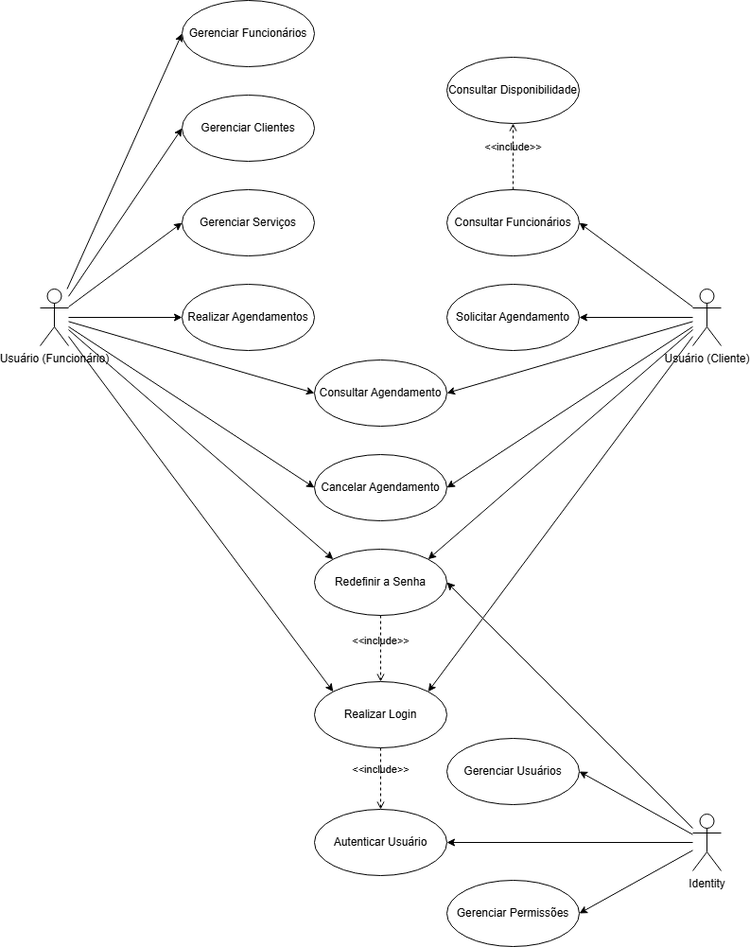
Earlier version of the draw.io export docs/digs/UmlCasosDeUso.drawio.png (henriquevenancio99/ifsc-projeto-integrador). Source tidied: cells renumbered, new cells last; positions are measured from the earlier drawing's top-left corner, leaving out a move shared by most shapes.
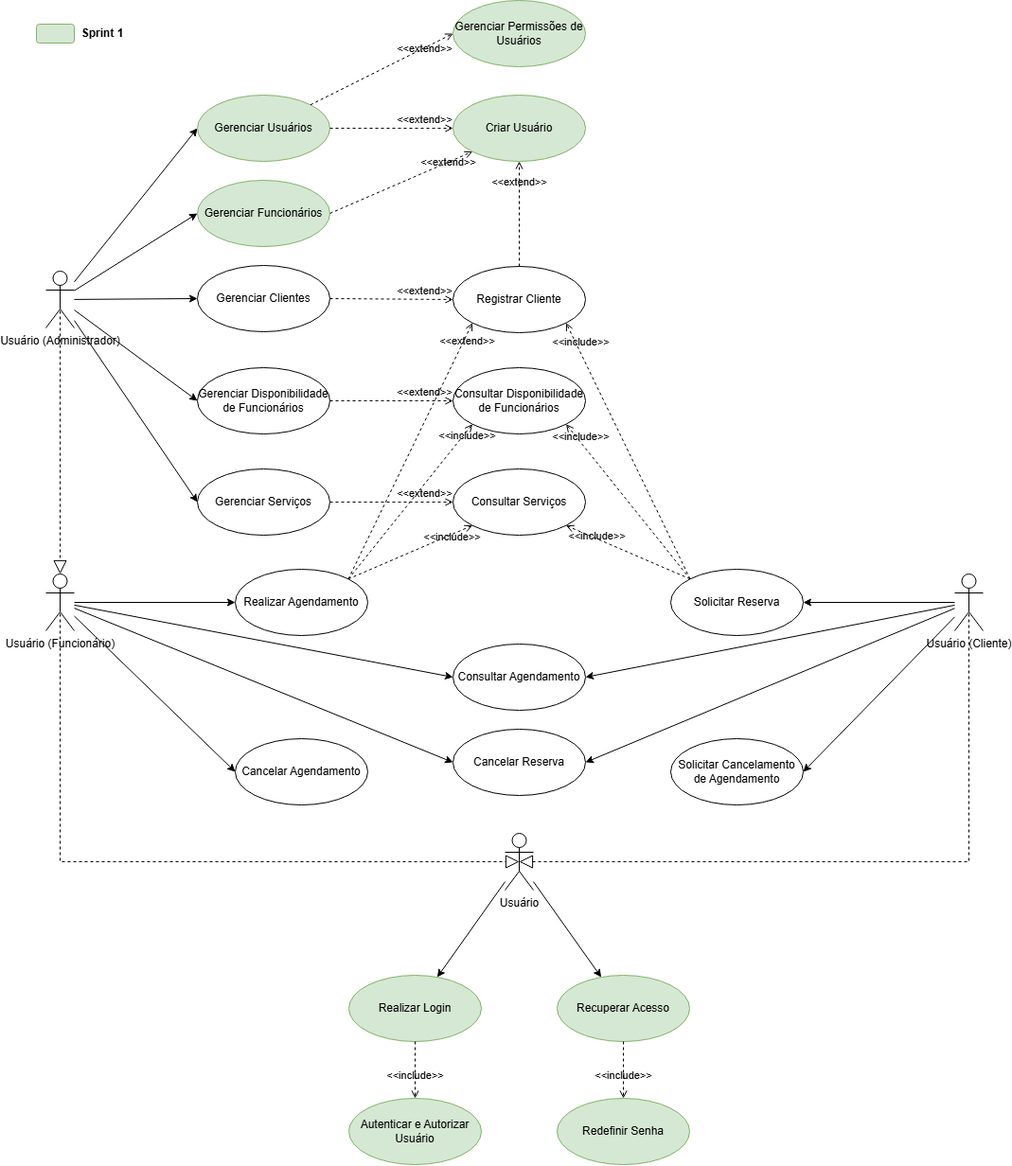
Later version of the same file.

Commit message:
docs: update use cases and requirements

Diff of the diagram source:
```diff
@@ -4,8 +4,2 @@
     <mxCell id="1" parent="0" />
-    <mxCell id="2" style="rounded=0;jettySize=auto;html=1;entryX=0;entryY=0.5;entryDx=0;entryDy=0;" parent="1" edge="1" source="10" target="11">
-      <mxGeometry relative="1" as="geometry" />
-    </mxCell>
-    <mxCell id="3" style="rounded=0;jettySize=auto;html=1;entryX=0;entryY=0.5;entryDx=0;entryDy=0;" parent="1" edge="1" source="10" target="15">
-      <mxGeometry relative="1" as="geometry" />
-    </mxCell>
     <mxCell id="4" style="rounded=0;jettySize=auto;html=1;entryX=0;entryY=0.5;entryDx=0;entryDy=0;" parent="1" edge="1" source="10" target="14">
@@ -13,5 +7,2 @@
     </mxCell>
-    <mxCell id="5" style="rounded=0;jettySize=auto;html=1;entryX=0;entryY=0.5;entryDx=0;entryDy=0;" parent="1" edge="1" source="10" target="35">
-      <mxGeometry relative="1" as="geometry" />
-    </mxCell>
     <mxCell id="6" style="rounded=0;jettySize=auto;html=1;entryX=0;entryY=0.5;entryDx=0;entryDy=0;" parent="1" edge="1" source="10" target="34">
@@ -22,41 +13,20 @@
     </mxCell>
-    <mxCell id="8" style="rounded=0;jettySize=auto;html=1;entryX=0;entryY=0;entryDx=0;entryDy=0;" parent="1" edge="1" source="10" target="36">
-      <mxGeometry relative="1" as="geometry" />
-    </mxCell>
-    <mxCell id="9" style="rounded=0;jettySize=auto;html=1;entryX=0;entryY=0;entryDx=0;entryDy=0;" parent="1" edge="1" source="10" target="32">
-      <mxGeometry relative="1" as="geometry" />
-    </mxCell>
+    <mxCell id="40" style="rounded=0;jettySize=auto;html=1;entryX=0;entryY=0.5;entryDx=0;entryDy=0;" parent="1" edge="1" source="10" target="59">
+      <mxGeometry relative="1" as="geometry" />
+    </mxCell>
     <mxCell id="10" value="Usuário (Funcionário)" style="shape=umlActor;verticalLabelPosition=bottom;verticalAlign=top;html=1;" parent="1" vertex="1">
-      <mxGeometry y="305" width="30" height="60" as="geometry" />
+      <mxGeometry x="-5" y="586" width="30" height="60" as="geometry" />
     </mxCell>
-    <mxCell id="11" value="Gerenciar Funcionários" style="ellipse;whiteSpace=wrap;html=1;" parent="1" vertex="1">
-      <mxGeometry x="150" width="140" height="70" as="geometry" />
+    <mxCell id="11" value="Gerenciar Funcionários" style="ellipse;whiteSpace=wrap;html=1;fillColor=#d5e8d4;strokeColor=#82b366;" parent="1" vertex="1">
+      <mxGeometry x="155" y="170" width="140" height="70" as="geometry" />
     </mxCell>
-    <mxCell id="12" value="Gerenciar Usuários" style="ellipse;whiteSpace=wrap;html=1;" parent="1" vertex="1">
-      <mxGeometry x="430" y="780" width="140" height="70" as="geometry" />
+    <mxCell id="12" value="Redefinir Senha" style="ellipse;whiteSpace=wrap;html=1;fillColor=#d5e8d4;strokeColor=#82b366;" parent="1" vertex="1">
+      <mxGeometry x="535" y="1140" width="140" height="70" as="geometry" />
     </mxCell>
-    <mxCell id="13" value="Gerenciar Permissões" style="ellipse;whiteSpace=wrap;html=1;" parent="1" vertex="1">
-      <mxGeometry x="430" y="930" width="140" height="70" as="geometry" />
-    </mxCell>
-    <mxCell id="14" value="Realizar Agendamentos" style="ellipse;whiteSpace=wrap;html=1;" parent="1" vertex="1">
-      <mxGeometry x="150" y="300" width="140" height="70" as="geometry" />
+    <mxCell id="14" value="Realizar Agendamento" style="ellipse;whiteSpace=wrap;html=1;" parent="1" vertex="1">
+      <mxGeometry x="195" y="581" width="140" height="70" as="geometry" />
     </mxCell>
     <mxCell id="15" value="Gerenciar Clientes" style="ellipse;whiteSpace=wrap;html=1;" parent="1" vertex="1">
-      <mxGeometry x="150" y="100" width="140" height="70" as="geometry" />
+      <mxGeometry x="155" y="260" width="140" height="70" as="geometry" />
     </mxCell>
-    <mxCell id="16" style="rounded=0;jettySize=auto;html=1;strokeColor=default;entryX=1;entryY=0.5;entryDx=0;entryDy=0;" parent="1" edge="1" source="20" target="12">
-      <mxGeometry relative="1" as="geometry" />
-    </mxCell>
-    <mxCell id="17" style="rounded=0;jettySize=auto;html=1;entryX=1;entryY=0.5;entryDx=0;entryDy=0;strokeColor=default;" parent="1" edge="1" source="20" target="13">
-      <mxGeometry relative="1" as="geometry" />
-    </mxCell>
-    <mxCell id="18" style="rounded=0;jettySize=auto;html=1;entryX=1;entryY=0.5;entryDx=0;entryDy=0;" parent="1" edge="1" source="20" target="37">
-      <mxGeometry relative="1" as="geometry" />
-    </mxCell>
-    <mxCell id="19" style="rounded=0;jettySize=auto;html=1;entryX=1;entryY=0.5;entryDx=0;entryDy=0;" parent="1" edge="1" source="20" target="36">
-      <mxGeometry relative="1" as="geometry" />
-    </mxCell>
-    <mxCell id="20" value="Identity" style="shape=umlActor;verticalLabelPosition=bottom;verticalAlign=top;html=1;" parent="1" vertex="1">
-      <mxGeometry x="690" y="860" width="30" height="60" as="geometry" />
-    </mxCell>
     <mxCell id="21" style="rounded=0;jettySize=auto;html=1;entryX=1;entryY=0.5;entryDx=0;entryDy=0;" parent="1" edge="1" source="27" target="28">
@@ -64,5 +34,2 @@
     </mxCell>
-    <mxCell id="22" style="rounded=0;jettySize=auto;html=1;entryX=1;entryY=0.5;entryDx=0;entryDy=0;" parent="1" edge="1" source="27" target="29">
-      <mxGeometry relative="1" as="geometry" />
-    </mxCell>
     <mxCell id="23" style="rounded=0;jettySize=auto;html=1;entryX=1;entryY=0.5;entryDx=0;entryDy=0;" parent="1" edge="1" source="27" target="34">
@@ -70,50 +37,156 @@
     </mxCell>
-    <mxCell id="24" style="rounded=0;jettySize=auto;html=1;entryX=1;entryY=0.5;entryDx=0;entryDy=0;" parent="1" edge="1" source="27" target="33">
-      <mxGeometry relative="1" as="geometry" />
-    </mxCell>
-    <mxCell id="25" style="rounded=0;jettySize=auto;html=1;entryX=1;entryY=0;entryDx=0;entryDy=0;" parent="1" edge="1" source="27" target="36">
-      <mxGeometry relative="1" as="geometry" />
-    </mxCell>
-    <mxCell id="26" style="rounded=0;jettySize=auto;html=1;entryX=1;entryY=0;entryDx=0;entryDy=0;" parent="1" edge="1" source="27" target="32">
-      <mxGeometry relative="1" as="geometry" />
-    </mxCell>
+    <mxCell id="41" style="rounded=0;jettySize=auto;html=1;entryX=1;entryY=0.5;entryDx=0;entryDy=0;" parent="1" edge="1" source="27" target="59">
+      <mxGeometry relative="1" as="geometry" />
+    </mxCell>
+    <mxCell id="42" style="rounded=0;jettySize=auto;html=1;entryX=1;entryY=0.5;entryDx=0;entryDy=0;" parent="1" edge="1" source="27" target="70">
+      <mxGeometry relative="1" as="geometry" />
+    </mxCell>
     <mxCell id="27" value="Usuário (Cliente)" style="shape=umlActor;verticalLabelPosition=bottom;verticalAlign=top;html=1;" parent="1" vertex="1">
-      <mxGeometry x="690" y="305" width="30" height="60" as="geometry" />
+      <mxGeometry x="955" y="586" width="30" height="60" as="geometry" />
     </mxCell>
-    <mxCell id="28" value="Solicitar Agendamento" style="ellipse;whiteSpace=wrap;html=1;" parent="1" vertex="1">
-      <mxGeometry x="430" y="300" width="140" height="70" as="geometry" />
+    <mxCell id="28" value="Solicitar Reserva" style="ellipse;whiteSpace=wrap;html=1;" parent="1" vertex="1">
+      <mxGeometry x="655" y="581" width="140" height="70" as="geometry" />
     </mxCell>
-    <mxCell id="29" value="Consultar Funcionários" style="ellipse;whiteSpace=wrap;html=1;" parent="1" vertex="1">
-      <mxGeometry x="430" y="200" width="140" height="70" as="geometry" />
+    <mxCell id="29" value="Consultar Serviços" style="ellipse;whiteSpace=wrap;html=1;" parent="1" vertex="1">
+      <mxGeometry x="425" y="475" width="140" height="70" as="geometry" />
     </mxCell>
-    <mxCell id="30" value="Consultar Disponibilidade" style="ellipse;whiteSpace=wrap;html=1;" parent="1" vertex="1">
-      <mxGeometry x="430" y="60" width="140" height="70" as="geometry" />
+    <mxCell id="30" value="Consultar Disponibilidade de Funcionários" style="ellipse;whiteSpace=wrap;html=1;" parent="1" vertex="1">
+      <mxGeometry x="425" y="368" width="140" height="70" as="geometry" />
     </mxCell>
-    <mxCell id="31" value="&amp;lt;&amp;lt;include&amp;gt;&amp;gt;" style="html=1;verticalAlign=bottom;labelBackgroundColor=none;endArrow=open;endFill=0;dashed=1;rounded=0;entryX=0.5;entryY=1;entryDx=0;entryDy=0;" parent="1" edge="1" source="29" target="30">
-      <mxGeometry relative="1" as="geometry" />
-    </mxCell>
-    <mxCell id="32" value="Realizar Login" style="ellipse;whiteSpace=wrap;html=1;" parent="1" vertex="1">
-      <mxGeometry x="290" y="720" width="140" height="70" as="geometry" />
+    <mxCell id="32" value="Realizar Login" style="ellipse;whiteSpace=wrap;html=1;fillColor=#d5e8d4;strokeColor=#82b366;" parent="1" vertex="1">
+      <mxGeometry x="315" y="1010" width="140" height="70" as="geometry" />
     </mxCell>
     <mxCell id="33" value="Cancelar Agendamento" style="ellipse;whiteSpace=wrap;html=1;" parent="1" vertex="1">
-      <mxGeometry x="290" y="480" width="140" height="70" as="geometry" />
+      <mxGeometry x="195" y="760" width="140" height="70" as="geometry" />
     </mxCell>
     <mxCell id="34" value="Consultar Agendamento" style="ellipse;whiteSpace=wrap;html=1;" parent="1" vertex="1">
-      <mxGeometry x="290" y="380" width="140" height="70" as="geometry" />
+      <mxGeometry x="425" y="660" width="140" height="70" as="geometry" />
     </mxCell>
     <mxCell id="35" value="Gerenciar Serviços" style="ellipse;whiteSpace=wrap;html=1;" parent="1" vertex="1">
-      <mxGeometry x="150" y="200" width="140" height="70" as="geometry" />
+      <mxGeometry x="155" y="475" width="140" height="70" as="geometry" />
     </mxCell>
-    <mxCell id="36" value="Redefinir a Senha" style="ellipse;whiteSpace=wrap;html=1;" parent="1" vertex="1">
-      <mxGeometry x="290" y="580" width="140" height="70" as="geometry" />
+    <mxCell id="36" value="Recuperar Acesso" style="ellipse;whiteSpace=wrap;html=1;fillColor=#d5e8d4;strokeColor=#82b366;" parent="1" vertex="1">
+      <mxGeometry x="535" y="1010" width="140" height="70" as="geometry" />
     </mxCell>
-    <mxCell id="37" value="Autenticar Usuário" style="ellipse;whiteSpace=wrap;html=1;" parent="1" vertex="1">
-      <mxGeometry x="290" y="855" width="140" height="70" as="geometry" />
+    <mxCell id="37" value="Autenticar e Autorizar Usuário" style="ellipse;whiteSpace=wrap;html=1;fillColor=#d5e8d4;strokeColor=#82b366;" parent="1" vertex="1">
+      <mxGeometry x="315" y="1140" width="140" height="70" as="geometry" />
     </mxCell>
-    <mxCell id="38" value="&amp;lt;&amp;lt;include&amp;gt;&amp;gt;" style="html=1;verticalAlign=bottom;labelBackgroundColor=none;endArrow=open;endFill=0;dashed=1;rounded=0;exitX=0.5;exitY=1;exitDx=0;exitDy=0;entryX=0.5;entryY=0;entryDx=0;entryDy=0;" parent="1" edge="1" source="32" target="37">
-      <mxGeometry relative="1" as="geometry" />
-    </mxCell>
-    <mxCell id="39" value="&amp;lt;&amp;lt;include&amp;gt;&amp;gt;" style="html=1;verticalAlign=bottom;labelBackgroundColor=none;endArrow=open;endFill=0;dashed=1;rounded=0;exitX=0.5;exitY=1;exitDx=0;exitDy=0;entryX=0.5;entryY=0;entryDx=0;entryDy=0;" parent="1" edge="1" source="36" target="32">
-      <mxGeometry relative="1" as="geometry" />
+    <mxCell id="39" value="&amp;lt;&amp;lt;include&amp;gt;&amp;gt;" style="html=1;verticalAlign=bottom;labelBackgroundColor=none;endArrow=open;endFill=0;dashed=1;rounded=0;entryX=0.5;entryY=0;entryDx=0;entryDy=0;exitX=0.5;exitY=1;exitDx=0;exitDy=0;" parent="1" edge="1" source="32" target="37">
+      <mxGeometry x="0.48" relative="1" as="geometry" />
     </mxCell>
+    <mxCell id="43" style="rounded=0;jettySize=auto;html=1;entryX=0;entryY=0.5;entryDx=0;entryDy=0;" parent="1" edge="1" source="48" target="35">
+      <mxGeometry relative="1" as="geometry" />
+    </mxCell>
+    <mxCell id="44" style="rounded=0;jettySize=auto;html=1;entryX=0;entryY=0.5;entryDx=0;entryDy=0;" parent="1" edge="1" source="48" target="11">
+      <mxGeometry relative="1" as="geometry" />
+    </mxCell>
+    <mxCell id="45" style="rounded=0;jettySize=auto;html=1;entryX=0;entryY=0.5;entryDx=0;entryDy=0;" parent="1" edge="1" source="48" target="15">
+      <mxGeometry relative="1" as="geometry" />
+    </mxCell>
+    <mxCell id="46" style="rounded=0;jettySize=auto;html=1;entryX=0;entryY=0.5;entryDx=0;entryDy=0;" parent="1" edge="1" source="48" target="51">
+      <mxGeometry relative="1" as="geometry" />
+    </mxCell>
+    <mxCell id="47" style="rounded=0;jettySize=auto;html=1;entryX=0;entryY=0.5;entryDx=0;entryDy=0;" parent="1" edge="1" source="48" target="67">
+      <mxGeometry relative="1" as="geometry" />
+    </mxCell>
+    <mxCell id="48" value="Usuário (Administrador)" style="shape=umlActor;verticalLabelPosition=bottom;verticalAlign=top;html=1;" parent="1" vertex="1">
+      <mxGeometry x="-5" y="266" width="30" height="60" as="geometry" />
+    </mxCell>
+    <mxCell id="49" value="Registrar Cliente" style="ellipse;whiteSpace=wrap;html=1;" parent="1" vertex="1">
+      <mxGeometry x="425" y="261" width="140" height="70" as="geometry" />
+    </mxCell>
+    <mxCell id="50" value="Gerenciar Permissões de Usuários" style="ellipse;whiteSpace=wrap;html=1;fillColor=#d5e8d4;strokeColor=#82b366;" parent="1" vertex="1">
+      <mxGeometry x="425" y="-20" width="140" height="70" as="geometry" />
+    </mxCell>
+    <mxCell id="51" value="Gerenciar Usuários" style="ellipse;whiteSpace=wrap;html=1;fillColor=#d5e8d4;strokeColor=#82b366;" parent="1" vertex="1">
+      <mxGeometry x="155" y="80" width="140" height="70" as="geometry" />
+    </mxCell>
+    <mxCell id="52" style="endArrow=block;dashed=1;endFill=0;endSize=12;html=1;rounded=0;exitX=0.5;exitY=0.5;exitDx=0;exitDy=0;exitPerimeter=0;entryX=0.5;entryY=0;entryDx=0;entryDy=0;entryPerimeter=0;" parent="1" edge="1" source="48" target="10">
+      <mxGeometry relative="1" as="geometry" />
+    </mxCell>
+    <mxCell id="53" value="&amp;lt;&amp;lt;extend&amp;gt;&amp;gt;" style="html=1;verticalAlign=bottom;labelBackgroundColor=none;endArrow=open;endFill=0;dashed=1;rounded=0;exitX=1;exitY=0.5;exitDx=0;exitDy=0;entryX=0;entryY=0.5;entryDx=0;entryDy=0;" parent="1" edge="1" source="15" target="49">
+      <mxGeometry x="0.56" relative="1" as="geometry" />
+    </mxCell>
+    <mxCell id="54" value="&amp;lt;&amp;lt;extend&amp;gt;&amp;gt;" style="html=1;verticalAlign=bottom;labelBackgroundColor=none;endArrow=open;endFill=0;dashed=1;rounded=0;exitX=1;exitY=0.5;exitDx=0;exitDy=0;entryX=0;entryY=0.5;entryDx=0;entryDy=0;" parent="1" edge="1" source="35" target="29">
+      <mxGeometry x="0.56" relative="1" as="geometry" />
+    </mxCell>
+    <mxCell id="55" value="&amp;lt;&amp;lt;extend&amp;gt;&amp;gt;" style="html=1;verticalAlign=bottom;labelBackgroundColor=none;endArrow=open;endFill=0;dashed=1;rounded=0;exitX=1;exitY=0;exitDx=0;exitDy=0;entryX=0;entryY=1;entryDx=0;entryDy=0;" parent="1" edge="1" source="14" target="49">
+      <mxGeometry x="0.82" y="-7" relative="1" as="geometry" />
+    </mxCell>
+    <mxCell id="56" value="&amp;lt;&amp;lt;include&amp;gt;&amp;gt;" style="html=1;verticalAlign=bottom;labelBackgroundColor=none;endArrow=open;endFill=0;dashed=1;rounded=0;exitX=1;exitY=0;exitDx=0;exitDy=0;entryX=0;entryY=1;entryDx=0;entryDy=0;" parent="1" edge="1" source="14" target="30">
+      <mxGeometry x="0.82" y="-9" relative="1" as="geometry" />
+    </mxCell>
+    <mxCell id="57" value="&amp;lt;&amp;lt;include&amp;gt;&amp;gt;" style="html=1;verticalAlign=bottom;labelBackgroundColor=none;endArrow=open;endFill=0;dashed=1;rounded=0;exitX=1;exitY=0;exitDx=0;exitDy=0;entryX=0;entryY=1;entryDx=0;entryDy=0;" parent="1" edge="1" source="14" target="29">
+      <mxGeometry x="0.62" y="-11" relative="1" as="geometry" />
+    </mxCell>
+    <mxCell id="58" value="&amp;lt;&amp;lt;include&amp;gt;&amp;gt;" style="html=1;verticalAlign=bottom;labelBackgroundColor=none;endArrow=open;endFill=0;dashed=1;rounded=0;entryX=0.5;entryY=0;entryDx=0;entryDy=0;exitX=0.5;exitY=1;exitDx=0;exitDy=0;" parent="1" edge="1" source="36" target="12">
+      <mxGeometry x="0.48" relative="1" as="geometry" />
+    </mxCell>
+    <mxCell id="59" value="Cancelar Reserva" style="ellipse;whiteSpace=wrap;html=1;" parent="1" vertex="1">
+      <mxGeometry x="425" y="750" width="140" height="70" as="geometry" />
+    </mxCell>
+    <mxCell id="60" value="&amp;lt;&amp;lt;include&amp;gt;&amp;gt;" style="html=1;verticalAlign=bottom;labelBackgroundColor=none;endArrow=open;endFill=0;dashed=1;rounded=0;exitX=0;exitY=0;exitDx=0;exitDy=0;entryX=1;entryY=1;entryDx=0;entryDy=0;" parent="1" edge="1" source="28" target="29">
+      <mxGeometry x="0.46" y="6" relative="1" as="geometry" />
+    </mxCell>
+    <mxCell id="61" value="&amp;lt;&amp;lt;include&amp;gt;&amp;gt;" style="html=1;verticalAlign=bottom;labelBackgroundColor=none;endArrow=open;endFill=0;dashed=1;rounded=0;entryX=1;entryY=1;entryDx=0;entryDy=0;exitX=0;exitY=0;exitDx=0;exitDy=0;" parent="1" edge="1" source="28" target="30">
+      <mxGeometry x="0.75" y="2" relative="1" as="geometry" />
+    </mxCell>
+    <mxCell id="62" value="&amp;lt;&amp;lt;include&amp;gt;&amp;gt;" style="html=1;verticalAlign=bottom;labelBackgroundColor=none;endArrow=open;endFill=0;dashed=1;rounded=0;exitX=0;exitY=0;exitDx=0;exitDy=0;entryX=1;entryY=1;entryDx=0;entryDy=0;" parent="1" edge="1" source="28" target="49">
+      <mxGeometry x="0.79" y="-1" relative="1" as="geometry" />
+    </mxCell>
+    <mxCell id="63" value="Criar Usuário" style="ellipse;whiteSpace=wrap;html=1;fillColor=#d5e8d4;strokeColor=#82b366;" parent="1" vertex="1">
+      <mxGeometry x="425" y="80" width="140" height="70" as="geometry" />
+    </mxCell>
+    <mxCell id="64" value="&amp;lt;&amp;lt;extend&amp;gt;&amp;gt;" style="html=1;verticalAlign=bottom;labelBackgroundColor=none;endArrow=open;endFill=0;dashed=1;rounded=0;exitX=1;exitY=0.5;exitDx=0;exitDy=0;entryX=0;entryY=0.5;entryDx=0;entryDy=0;" parent="1" edge="1" source="51" target="63">
+      <mxGeometry x="0.56" relative="1" as="geometry" />
+    </mxCell>
+    <mxCell id="65" value="&amp;lt;&amp;lt;extend&amp;gt;&amp;gt;" style="html=1;verticalAlign=bottom;labelBackgroundColor=none;endArrow=open;endFill=0;dashed=1;rounded=0;exitX=1;exitY=0.5;exitDx=0;exitDy=0;entryX=0;entryY=1;entryDx=0;entryDy=0;" parent="1" edge="1" source="11" target="63">
+      <mxGeometry x="0.61" y="-8" relative="1" as="geometry" />
+    </mxCell>
+    <mxCell id="66" value="&amp;lt;&amp;lt;extend&amp;gt;&amp;gt;" style="html=1;verticalAlign=bottom;labelBackgroundColor=none;endArrow=open;endFill=0;dashed=1;rounded=0;exitX=0.5;exitY=0;exitDx=0;exitDy=0;entryX=0.5;entryY=1;entryDx=0;entryDy=0;" parent="1" edge="1" source="49" target="63">
+      <mxGeometry x="0.46" relative="1" as="geometry" />
+    </mxCell>
+    <mxCell id="67" value="Gerenciar Disponibilidade de Funcionários" style="ellipse;whiteSpace=wrap;html=1;" parent="1" vertex="1">
+      <mxGeometry x="155" y="368" width="140" height="70" as="geometry" />
+    </mxCell>
+    <mxCell id="68" value="&amp;lt;&amp;lt;extend&amp;gt;&amp;gt;" style="html=1;verticalAlign=bottom;labelBackgroundColor=none;endArrow=open;endFill=0;dashed=1;rounded=0;exitX=1;exitY=0.5;exitDx=0;exitDy=0;entryX=0;entryY=0.5;entryDx=0;entryDy=0;" parent="1" edge="1" source="67" target="30">
+      <mxGeometry x="0.56" relative="1" as="geometry" />
+    </mxCell>
+    <mxCell id="69" value="&amp;lt;&amp;lt;extend&amp;gt;&amp;gt;" style="html=1;verticalAlign=bottom;labelBackgroundColor=none;endArrow=open;endFill=0;dashed=1;rounded=0;exitX=1;exitY=0;exitDx=0;exitDy=0;entryX=0;entryY=0.5;entryDx=0;entryDy=0;" parent="1" edge="1" source="51" target="50">
+      <mxGeometry x="0.55" y="-9" relative="1" as="geometry" />
+    </mxCell>
+    <mxCell id="70" value="Solicitar Cancelamento de Agendamento" style="ellipse;whiteSpace=wrap;html=1;" parent="1" vertex="1">
+      <mxGeometry x="655" y="760" width="140" height="70" as="geometry" />
+    </mxCell>
+    <mxCell id="71" style="rounded=0;jettySize=auto;html=1;" parent="1" edge="1" source="73" target="32">
+      <mxGeometry relative="1" as="geometry" />
+    </mxCell>
+    <mxCell id="72" style="rounded=0;jettySize=auto;html=1;" parent="1" edge="1" source="73" target="36">
+      <mxGeometry relative="1" as="geometry" />
+    </mxCell>
+    <mxCell id="73" value="Usuário" style="shape=umlActor;verticalLabelPosition=bottom;verticalAlign=top;html=1;" parent="1" vertex="1">
+      <mxGeometry x="480" y="860" width="30" height="60" as="geometry" />
+    </mxCell>
+    <mxCell id="74" style="endArrow=block;dashed=1;endFill=0;endSize=12;html=1;rounded=0;exitX=0.5;exitY=0.5;exitDx=0;exitDy=0;exitPerimeter=0;entryX=0.5;entryY=0.5;entryDx=0;entryDy=0;entryPerimeter=0;edgeStyle=orthogonalEdgeStyle;" parent="1" edge="1" source="10" target="73">
+      <mxGeometry relative="1" as="geometry">
+        <Array as="points">
+          <mxPoint x="10" y="890" />
+          <mxPoint x="495" y="890" />
+        </Array>
+      </mxGeometry>
+    </mxCell>
+    <mxCell id="75" style="endArrow=block;dashed=1;endFill=0;endSize=12;html=1;rounded=0;exitX=0.5;exitY=0.5;exitDx=0;exitDy=0;exitPerimeter=0;entryX=0.5;entryY=0.5;entryDx=0;entryDy=0;entryPerimeter=0;edgeStyle=orthogonalEdgeStyle;" parent="1" edge="1" source="27" target="73">
+      <mxGeometry relative="1" as="geometry">
+        <Array as="points">
+          <mxPoint x="970" y="890" />
+          <mxPoint x="495" y="890" />
+        </Array>
+      </mxGeometry>
+    </mxCell>
+    <mxCell id="76" style="rounded=1;whiteSpace=wrap;html=1;fillColor=#d5e8d4;strokeColor=#82b366;" parent="1" vertex="1">
+      <mxGeometry x="-15" y="5" width="40" height="20" as="geometry" />
+    </mxCell>
+    <mxCell id="77" value="Sprint 1" style="text;html=1;align=center;verticalAlign=middle;whiteSpace=wrap;rounded=0;fontStyle=1;" parent="1" vertex="1">
+      <mxGeometry x="25" width="60" height="30" as="geometry" />
+    </mxCell>
   </root>
```
